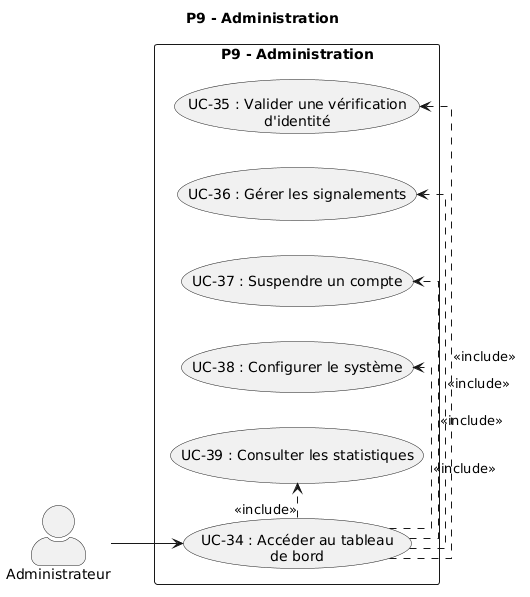
This is images/diagramme_cu_p9.png from KazeHolloway/Projet_LaTex, a PlantUML export, as it was before one commit.
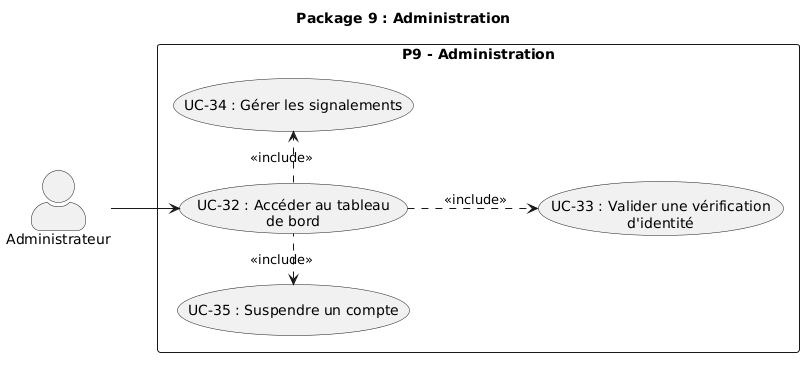
The same diagram one commit later.

Change to the diagram source:
```diff
@@ -1,26 +1,21 @@
 @startuml
-title P9 - Administration
+title Package 9 : Administration
 
 left to right direction
 skinparam actorStyle awesome
-skinparam linetype ortho
 
 actor "Administrateur" as admin
 
 rectangle "P9 - Administration" {
-  usecase "UC-34 : Accéder au tableau\nde bord" as UC34
-  usecase "UC-35 : Valider une vérification\nd'identité" as UC35
-  usecase "UC-36 : Gérer les signalements" as UC36
-  usecase "UC-37 : Suspendre un compte" as UC37
-  usecase "UC-38 : Configurer le système" as UC38
-  usecase "UC-39 : Consulter les statistiques" as UC39
+  usecase "UC-32 : Accéder au tableau\nde bord" as UC32
+  usecase "UC-33 : Valider une vérification\nd'identité" as UC33
+  usecase "UC-34 : Gérer les signalements" as UC34
+  usecase "UC-35 : Suspendre un compte" as UC35
 }
 
-UC34 .> UC35 : <<include>>
-UC34 .> UC36 : <<include>>
-UC34 .> UC37 : <<include>>
-UC34 .> UC38 : <<include>>
-UC34 .> UC39 : <<include>>
+UC32 .down.> UC33 : <<include>>
+UC32 .right.> UC34 : <<include>>
+UC32 .left.> UC35 : <<include>>
 
-admin --> UC34
+admin -down-> UC32
 @enduml
```
